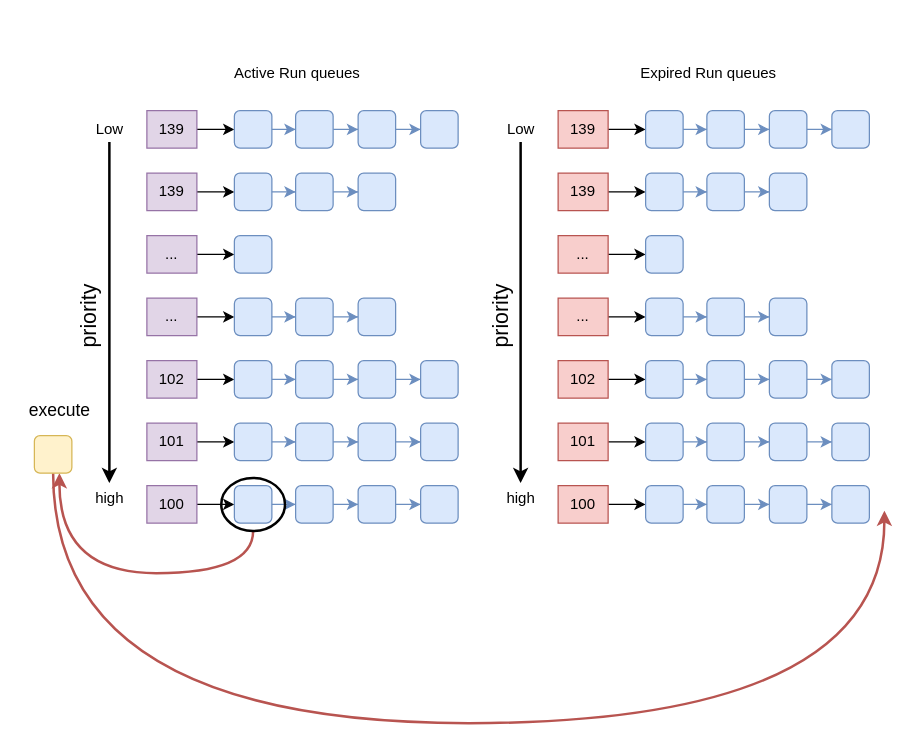
Earlier version of the draw.io diagram Scheduling-Normal-Processes.drawio (estraining/diagram-store). Source tidied: cells renumbered, new cells numbered last; positions are measured from the earlier drawing's top-left corner, leaving out a move shared by most shapes. Both pictures are drawn from the tidied source at 125%, with x=0, y=0 at pixel (21, 60).
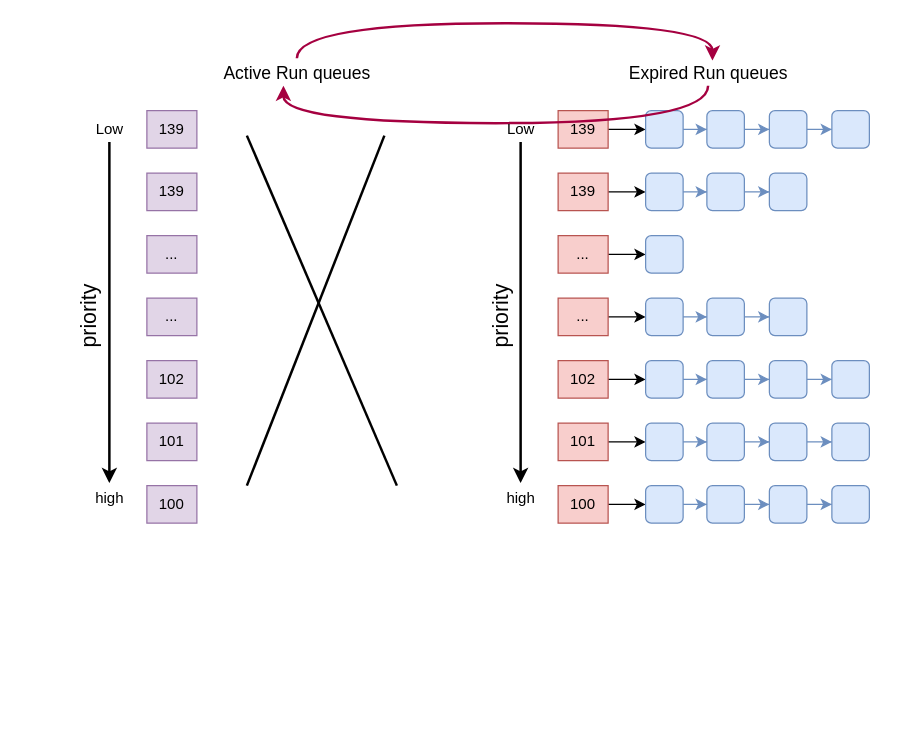
Above is the later version.

The change refers to these unchanged cells:
```xml
<mxCell id="3" value="139" style="rounded=0;whiteSpace=wrap;html=1;fillColor=#e1d5e7;strokeColor=#9673a6;" parent="1" vertex="1">
  <mxGeometry x="100" y="40" width="40" height="30" as="geometry" />
</mxCell>
<mxCell id="12" value="139" style="rounded=0;whiteSpace=wrap;html=1;fillColor=#e1d5e7;strokeColor=#9673a6;" parent="1" vertex="1">
  <mxGeometry x="100" y="90" width="40" height="30" as="geometry" />
</mxCell>
<mxCell id="19" value="..." style="rounded=0;whiteSpace=wrap;html=1;fillColor=#e1d5e7;strokeColor=#9673a6;" parent="1" vertex="1">
  <mxGeometry x="100" y="140" width="40" height="30" as="geometry" />
</mxCell>
<mxCell id="22" value="..." style="rounded=0;whiteSpace=wrap;html=1;fillColor=#e1d5e7;strokeColor=#9673a6;" parent="1" vertex="1">
  <mxGeometry x="100" y="190" width="40" height="30" as="geometry" />
</mxCell>
<mxCell id="29" value="102" style="rounded=0;whiteSpace=wrap;html=1;fillColor=#e1d5e7;strokeColor=#9673a6;" parent="1" vertex="1">
  <mxGeometry x="100" y="240" width="40" height="30" as="geometry" />
</mxCell>
<mxCell id="38" value="101" style="rounded=0;whiteSpace=wrap;html=1;fillColor=#e1d5e7;strokeColor=#9673a6;" parent="1" vertex="1">
  <mxGeometry x="100" y="290" width="40" height="30" as="geometry" />
</mxCell>
<mxCell id="47" value="100" style="rounded=0;whiteSpace=wrap;html=1;fillColor=#e1d5e7;strokeColor=#9673a6;" parent="1" vertex="1">
  <mxGeometry x="100" y="340" width="40" height="30" as="geometry" />
</mxCell>
```

The edit, as a diff of the source:
```diff
@@
-    <mxCell id="2" style="edgeStyle=orthogonalEdgeStyle;rounded=0;jettySize=auto;html=1;entryX=0;entryY=0.5;entryDx=0;entryDy=0;" parent="1" edge="1" source="3" target="5">
-      <mxGeometry relative="1" as="geometry" />
-    </mxCell>
@@
-    <mxCell id="4" style="edgeStyle=orthogonalEdgeStyle;rounded=0;jettySize=auto;html=1;fillColor=#dae8fc;strokeColor=#6c8ebf;" parent="1" edge="1" source="5" target="7">
-      <mxGeometry relative="1" as="geometry" />
-    </mxCell>
-    <mxCell id="5" style="rounded=1;whiteSpace=wrap;html=1;fillColor=#dae8fc;strokeColor=#6c8ebf;" parent="1" vertex="1">
-      <mxGeometry x="170" y="40" width="30" height="30" as="geometry" />
-    </mxCell>
-    <mxCell id="6" style="edgeStyle=orthogonalEdgeStyle;rounded=0;jettySize=auto;html=1;fillColor=#dae8fc;strokeColor=#6c8ebf;" parent="1" edge="1" source="7" target="9">
-      <mxGeometry relative="1" as="geometry" />
-    </mxCell>
-    <mxCell id="7" style="rounded=1;whiteSpace=wrap;html=1;fillColor=#dae8fc;strokeColor=#6c8ebf;" parent="1" vertex="1">
-      <mxGeometry x="219" y="40" width="30" height="30" as="geometry" />
-    </mxCell>
-    <mxCell id="8" style="edgeStyle=orthogonalEdgeStyle;rounded=0;jettySize=auto;html=1;fillColor=#dae8fc;strokeColor=#6c8ebf;" parent="1" edge="1" source="9" target="10">
-      <mxGeometry relative="1" as="geometry" />
-    </mxCell>
-    <mxCell id="9" style="rounded=1;whiteSpace=wrap;html=1;fillColor=#dae8fc;strokeColor=#6c8ebf;" parent="1" vertex="1">
-      <mxGeometry x="269" y="40" width="30" height="30" as="geometry" />
-    </mxCell>
-    <mxCell id="10" style="rounded=1;whiteSpace=wrap;html=1;fillColor=#dae8fc;strokeColor=#6c8ebf;" parent="1" vertex="1">
-      <mxGeometry x="319" y="40" width="30" height="30" as="geometry" />
-    </mxCell>
-    <mxCell id="11" style="edgeStyle=orthogonalEdgeStyle;rounded=0;jettySize=auto;html=1;entryX=0;entryY=0.5;entryDx=0;entryDy=0;" parent="1" edge="1" source="12" target="14">
-      <mxGeometry relative="1" as="geometry" />
-    </mxCell>
@@
-    <mxCell id="13" style="edgeStyle=orthogonalEdgeStyle;rounded=0;jettySize=auto;html=1;fillColor=#dae8fc;strokeColor=#6c8ebf;" parent="1" edge="1" source="14" target="16">
-      <mxGeometry relative="1" as="geometry" />
-    </mxCell>
-    <mxCell id="14" style="rounded=1;whiteSpace=wrap;html=1;fillColor=#dae8fc;strokeColor=#6c8ebf;" parent="1" vertex="1">
-      <mxGeometry x="170" y="90" width="30" height="30" as="geometry" />
-    </mxCell>
-    <mxCell id="15" style="edgeStyle=orthogonalEdgeStyle;rounded=0;jettySize=auto;html=1;fillColor=#dae8fc;strokeColor=#6c8ebf;" parent="1" edge="1" source="16" target="17">
-      <mxGeometry relative="1" as="geometry" />
-    </mxCell>
-    <mxCell id="16" style="rounded=1;whiteSpace=wrap;html=1;fillColor=#dae8fc;strokeColor=#6c8ebf;" parent="1" vertex="1">
-      <mxGeometry x="219" y="90" width="30" height="30" as="geometry" />
-    </mxCell>
-    <mxCell id="17" style="rounded=1;whiteSpace=wrap;html=1;fillColor=#dae8fc;strokeColor=#6c8ebf;" parent="1" vertex="1">
-      <mxGeometry x="269" y="90" width="30" height="30" as="geometry" />
-    </mxCell>
-    <mxCell id="18" style="edgeStyle=orthogonalEdgeStyle;rounded=0;jettySize=auto;html=1;entryX=0;entryY=0.5;entryDx=0;entryDy=0;" parent="1" edge="1" source="19" target="20">
-      <mxGeometry relative="1" as="geometry" />
-    </mxCell>
@@
-    <mxCell id="20" style="rounded=1;whiteSpace=wrap;html=1;fillColor=#dae8fc;strokeColor=#6c8ebf;" parent="1" vertex="1">
-      <mxGeometry x="170" y="140" width="30" height="30" as="geometry" />
-    </mxCell>
-    <mxCell id="21" style="edgeStyle=orthogonalEdgeStyle;rounded=0;jettySize=auto;html=1;entryX=0;entryY=0.5;entryDx=0;entryDy=0;" parent="1" edge="1" source="22" target="24">
-      <mxGeometry relative="1" as="geometry" />
-    </mxCell>
@@
-    <mxCell id="23" style="edgeStyle=orthogonalEdgeStyle;rounded=0;jettySize=auto;html=1;fillColor=#dae8fc;strokeColor=#6c8ebf;" parent="1" edge="1" source="24" target="26">
-      <mxGeometry relative="1" as="geometry" />
-    </mxCell>
-    <mxCell id="24" style="rounded=1;whiteSpace=wrap;html=1;fillColor=#dae8fc;strokeColor=#6c8ebf;" parent="1" vertex="1">
-      <mxGeometry x="170" y="190" width="30" height="30" as="geometry" />
-    </mxCell>
-    <mxCell id="25" style="edgeStyle=orthogonalEdgeStyle;rounded=0;jettySize=auto;html=1;fillColor=#dae8fc;strokeColor=#6c8ebf;" parent="1" edge="1" source="26" target="27">
-      <mxGeometry relative="1" as="geometry" />
-    </mxCell>
-    <mxCell id="26" style="rounded=1;whiteSpace=wrap;html=1;fillColor=#dae8fc;strokeColor=#6c8ebf;" parent="1" vertex="1">
-      <mxGeometry x="219" y="190" width="30" height="30" as="geometry" />
-    </mxCell>
-    <mxCell id="27" style="rounded=1;whiteSpace=wrap;html=1;fillColor=#dae8fc;strokeColor=#6c8ebf;" parent="1" vertex="1">
-      <mxGeometry x="269" y="190" width="30" height="30" as="geometry" />
-    </mxCell>
-    <mxCell id="28" style="edgeStyle=orthogonalEdgeStyle;rounded=0;jettySize=auto;html=1;entryX=0;entryY=0.5;entryDx=0;entryDy=0;" parent="1" edge="1" source="29" target="31">
-      <mxGeometry relative="1" as="geometry" />
-    </mxCell>
@@
-    <mxCell id="30" style="edgeStyle=orthogonalEdgeStyle;rounded=0;jettySize=auto;html=1;fillColor=#dae8fc;strokeColor=#6c8ebf;" parent="1" edge="1" source="31" target="33">
-      <mxGeometry relative="1" as="geometry" />
-    </mxCell>
-    <mxCell id="31" style="rounded=1;whiteSpace=wrap;html=1;fillColor=#dae8fc;strokeColor=#6c8ebf;" parent="1" vertex="1">
-      <mxGeometry x="170" y="240" width="30" height="30" as="geometry" />
-    </mxCell>
-    <mxCell id="32" style="edgeStyle=orthogonalEdgeStyle;rounded=0;jettySize=auto;html=1;fillColor=#dae8fc;strokeColor=#6c8ebf;" parent="1" edge="1" source="33" target="35">
-      <mxGeometry relative="1" as="geometry" />
-    </mxCell>
-    <mxCell id="33" style="rounded=1;whiteSpace=wrap;html=1;fillColor=#dae8fc;strokeColor=#6c8ebf;" parent="1" vertex="1">
-      <mxGeometry x="219" y="240" width="30" height="30" as="geometry" />
-    </mxCell>
-    <mxCell id="34" style="edgeStyle=orthogonalEdgeStyle;rounded=0;jettySize=auto;html=1;fillColor=#dae8fc;strokeColor=#6c8ebf;" parent="1" edge="1" source="35" target="36">
-      <mxGeometry relative="1" as="geometry" />
-    </mxCell>
-    <mxCell id="35" style="rounded=1;whiteSpace=wrap;html=1;fillColor=#dae8fc;strokeColor=#6c8ebf;" parent="1" vertex="1">
-      <mxGeometry x="269" y="240" width="30" height="30" as="geometry" />
-    </mxCell>
-    <mxCell id="36" style="rounded=1;whiteSpace=wrap;html=1;fillColor=#dae8fc;strokeColor=#6c8ebf;" parent="1" vertex="1">
-      <mxGeometry x="319" y="240" width="30" height="30" as="geometry" />
-    </mxCell>
-    <mxCell id="37" style="edgeStyle=orthogonalEdgeStyle;rounded=0;jettySize=auto;html=1;entryX=0;entryY=0.5;entryDx=0;entryDy=0;" parent="1" edge="1" source="38" target="40">
-      <mxGeometry relative="1" as="geometry" />
-    </mxCell>
@@
-    <mxCell id="39" style="edgeStyle=orthogonalEdgeStyle;rounded=0;jettySize=auto;html=1;fillColor=#dae8fc;strokeColor=#6c8ebf;" parent="1" edge="1" source="40" target="42">
-      <mxGeometry relative="1" as="geometry" />
-    </mxCell>
-    <mxCell id="40" style="rounded=1;whiteSpace=wrap;html=1;fillColor=#dae8fc;strokeColor=#6c8ebf;" parent="1" vertex="1">
-      <mxGeometry x="170" y="290" width="30" height="30" as="geometry" />
-    </mxCell>
-    <mxCell id="41" style="edgeStyle=orthogonalEdgeStyle;rounded=0;jettySize=auto;html=1;fillColor=#dae8fc;strokeColor=#6c8ebf;" parent="1" edge="1" source="42" target="44">
-      <mxGeometry relative="1" as="geometry" />
-    </mxCell>
-    <mxCell id="42" style="rounded=1;whiteSpace=wrap;html=1;fillColor=#dae8fc;strokeColor=#6c8ebf;" parent="1" vertex="1">
-      <mxGeometry x="219" y="290" width="30" height="30" as="geometry" />
-    </mxCell>
-    <mxCell id="43" style="edgeStyle=orthogonalEdgeStyle;rounded=0;jettySize=auto;html=1;fillColor=#dae8fc;strokeColor=#6c8ebf;" parent="1" edge="1" source="44" target="45">
-      <mxGeometry relative="1" as="geometry" />
-    </mxCell>
-    <mxCell id="44" style="rounded=1;whiteSpace=wrap;html=1;fillColor=#dae8fc;strokeColor=#6c8ebf;" parent="1" vertex="1">
-      <mxGeometry x="269" y="290" width="30" height="30" as="geometry" />
-    </mxCell>
-    <mxCell id="45" style="rounded=1;whiteSpace=wrap;html=1;fillColor=#dae8fc;strokeColor=#6c8ebf;" parent="1" vertex="1">
-      <mxGeometry x="319" y="290" width="30" height="30" as="geometry" />
-    </mxCell>
-    <mxCell id="46" style="edgeStyle=orthogonalEdgeStyle;rounded=0;jettySize=auto;html=1;entryX=0;entryY=0.5;entryDx=0;entryDy=0;" parent="1" edge="1" source="47" target="49">
-      <mxGeometry relative="1" as="geometry" />
-    </mxCell>
@@
-    <mxCell id="48" style="edgeStyle=orthogonalEdgeStyle;rounded=0;jettySize=auto;html=1;fillColor=#dae8fc;strokeColor=#6c8ebf;" parent="1" edge="1" source="49" target="51">
-      <mxGeometry relative="1" as="geometry" />
-    </mxCell>
-    <mxCell id="49" style="rounded=1;whiteSpace=wrap;html=1;fillColor=#dae8fc;strokeColor=#6c8ebf;" parent="1" vertex="1">
-      <mxGeometry x="170" y="340" width="30" height="30" as="geometry" />
-    </mxCell>
-    <mxCell id="50" style="edgeStyle=orthogonalEdgeStyle;rounded=0;jettySize=auto;html=1;fillColor=#dae8fc;strokeColor=#6c8ebf;" parent="1" edge="1" source="51" target="53">
-      <mxGeometry relative="1" as="geometry" />
-    </mxCell>
-    <mxCell id="51" style="rounded=1;whiteSpace=wrap;html=1;fillColor=#dae8fc;strokeColor=#6c8ebf;" parent="1" vertex="1">
-      <mxGeometry x="219" y="340" width="30" height="30" as="geometry" />
-    </mxCell>
-    <mxCell id="52" style="edgeStyle=orthogonalEdgeStyle;rounded=0;jettySize=auto;html=1;fillColor=#dae8fc;strokeColor=#6c8ebf;" parent="1" edge="1" source="53" target="54">
-      <mxGeometry relative="1" as="geometry" />
-    </mxCell>
-    <mxCell id="53" style="rounded=1;whiteSpace=wrap;html=1;fillColor=#dae8fc;strokeColor=#6c8ebf;" parent="1" vertex="1">
-      <mxGeometry x="269" y="340" width="30" height="30" as="geometry" />
-    </mxCell>
-    <mxCell id="54" style="rounded=1;whiteSpace=wrap;html=1;fillColor=#dae8fc;strokeColor=#6c8ebf;" parent="1" vertex="1">
-      <mxGeometry x="319" y="340" width="30" height="30" as="geometry" />
-    </mxCell>
+    <mxCell id="123" style="edgeStyle=orthogonalEdgeStyle;curved=1;rounded=0;jettySize=auto;html=1;entryX=0.525;entryY=0;entryDx=0;entryDy=0;entryPerimeter=0;strokeWidth=2;exitX=0.5;exitY=-0.1;exitDx=0;exitDy=0;exitPerimeter=0;fillColor=#d80073;strokeColor=#A50040;" parent="1" edge="1" source="55" target="113">
+      <mxGeometry relative="1" as="geometry">
+        <Array as="points">
+          <mxPoint x="220" y="-30" />
+          <mxPoint x="552" y="-30" />
+        </Array>
+      </mxGeometry>
+    </mxCell>
-    <mxCell id="55" value="Active Run queues" style="text;html=1;align=center;verticalAlign=middle;points=[];" parent="1" vertex="1">
-      <mxGeometry x="160" width="120" height="20" as="geometry" />
+    <mxCell id="55" value="&lt;font style=&quot;font-size: 14px&quot;&gt;Active Run queues&lt;/font&gt;" style="text;html=1;align=center;verticalAlign=middle;points=[];" parent="1" vertex="1">
+      <mxGeometry x="155" width="130" height="20" as="geometry" />
     </mxCell>
@@
+    <mxCell id="124" style="edgeStyle=orthogonalEdgeStyle;curved=1;rounded=0;jettySize=auto;html=1;entryX=0.417;entryY=1;entryDx=0;entryDy=0;entryPerimeter=0;strokeWidth=2;fillColor=#d80073;strokeColor=#A50040;" parent="1" edge="1" source="113" target="55">
+      <mxGeometry relative="1" as="geometry">
+        <Array as="points">
+          <mxPoint x="549" y="50" />
+          <mxPoint x="210" y="50" />
+        </Array>
+      </mxGeometry>
+    </mxCell>
-    <mxCell id="113" value="Expired Run queues" style="text;html=1;align=center;verticalAlign=middle;points=[];" parent="1" vertex="1">
-      <mxGeometry x="489" width="120" height="20" as="geometry" />
+    <mxCell id="113" value="&lt;font style=&quot;font-size: 14px&quot;&gt;Expired Run queues&lt;/font&gt;" style="text;html=1;align=center;verticalAlign=middle;points=[];" parent="1" vertex="1">
+      <mxGeometry x="479" width="140" height="20" as="geometry" />
     </mxCell>
@@
-    <mxCell id="118" style="edgeStyle=orthogonalEdgeStyle;rounded=0;jettySize=auto;html=1;strokeWidth=2;curved=1;fillColor=#f8cecc;strokeColor=#b85450;" parent="1" edge="1" source="119">
-      <mxGeometry relative="1" as="geometry">
-        <mxPoint x="30" y="330" as="targetPoint" />
-        <Array as="points">
-          <mxPoint x="185" y="410" />
-          <mxPoint x="30" y="410" />
-        </Array>
-      </mxGeometry>
-    </mxCell>
-    <mxCell id="119" style="ellipse;whiteSpace=wrap;html=1;fillColor=none;strokeWidth=2;" parent="1" vertex="1">
-      <mxGeometry x="159.5" y="333.8" width="51" height="42.5" as="geometry" />
-    </mxCell>
-    <mxCell id="120" style="edgeStyle=orthogonalEdgeStyle;curved=1;rounded=0;jettySize=auto;html=1;strokeWidth=2;fillColor=#f8cecc;strokeColor=#b85450;" parent="1" edge="1" source="121">
-      <mxGeometry relative="1" as="geometry">
-        <mxPoint x="690" y="360" as="targetPoint" />
-        <Array as="points">
-          <mxPoint x="25" y="530" />
-          <mxPoint x="690" y="530" />
-        </Array>
-      </mxGeometry>
-    </mxCell>
-    <mxCell id="121" style="rounded=1;whiteSpace=wrap;html=1;fillColor=#fff2cc;strokeColor=#d6b656;" parent="1" vertex="1">
-      <mxGeometry x="10" y="300" width="30" height="30" as="geometry" />
-    </mxCell>
-    <mxCell id="122" value="&lt;font style=&quot;font-size: 14px&quot;&gt;execute&lt;/font&gt;" style="text;html=1;align=center;verticalAlign=middle;" parent="1" vertex="1">
-      <mxGeometry y="270" width="60" height="20" as="geometry" />
-    </mxCell>
+    <mxCell id="125" style="endArrow=none;html=1;strokeWidth=2;" parent="1" edge="1">
+      <mxGeometry relative="1" as="geometry">
+        <mxPoint x="180" y="340" as="sourcePoint" />
+        <mxPoint x="290" y="60" as="targetPoint" />
+      </mxGeometry>
+    </mxCell>
+    <mxCell id="126" style="endArrow=none;html=1;strokeWidth=2;" parent="1" edge="1">
+      <mxGeometry relative="1" as="geometry">
+        <mxPoint x="300" y="340" as="sourcePoint" />
+        <mxPoint x="180" y="60" as="targetPoint" />
+      </mxGeometry>
+    </mxCell>
```
